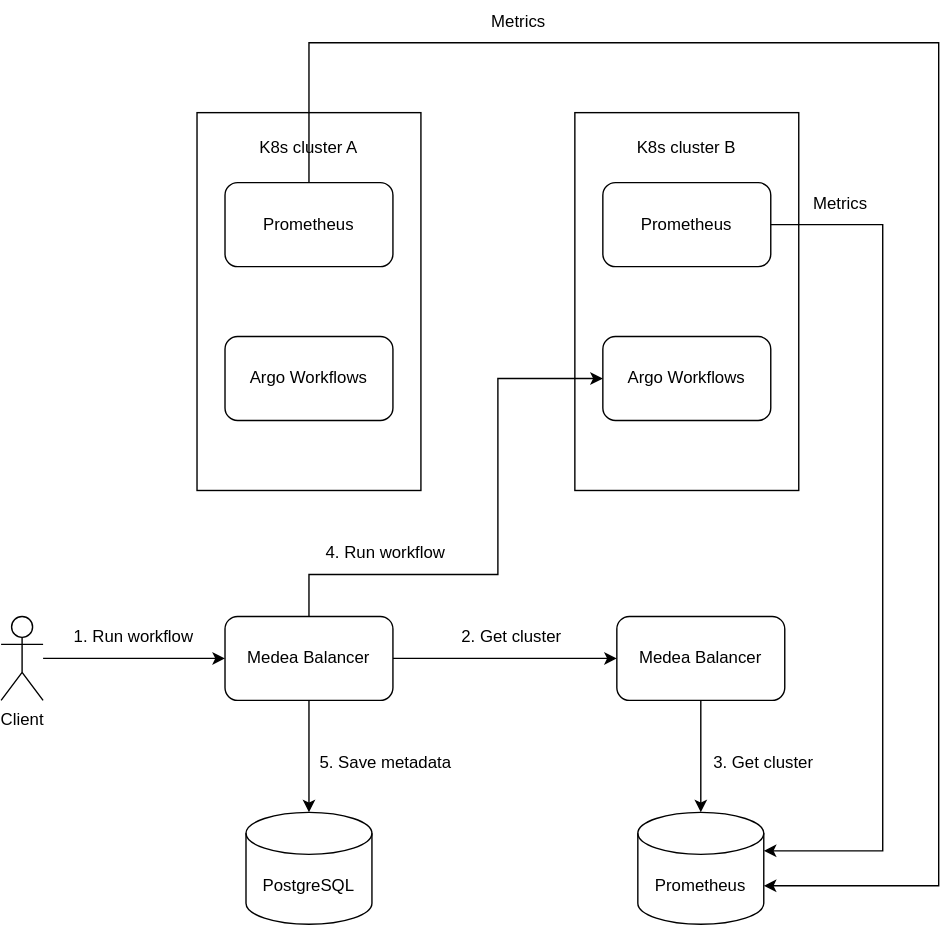
The draw.io diagram docs/diagram.svg in ravencropht/medea, before a commit. Source tidied: cells renumbered, new cells last; positions are measured from the earlier drawing's top-left corner, leaving out a move shared by most shapes.
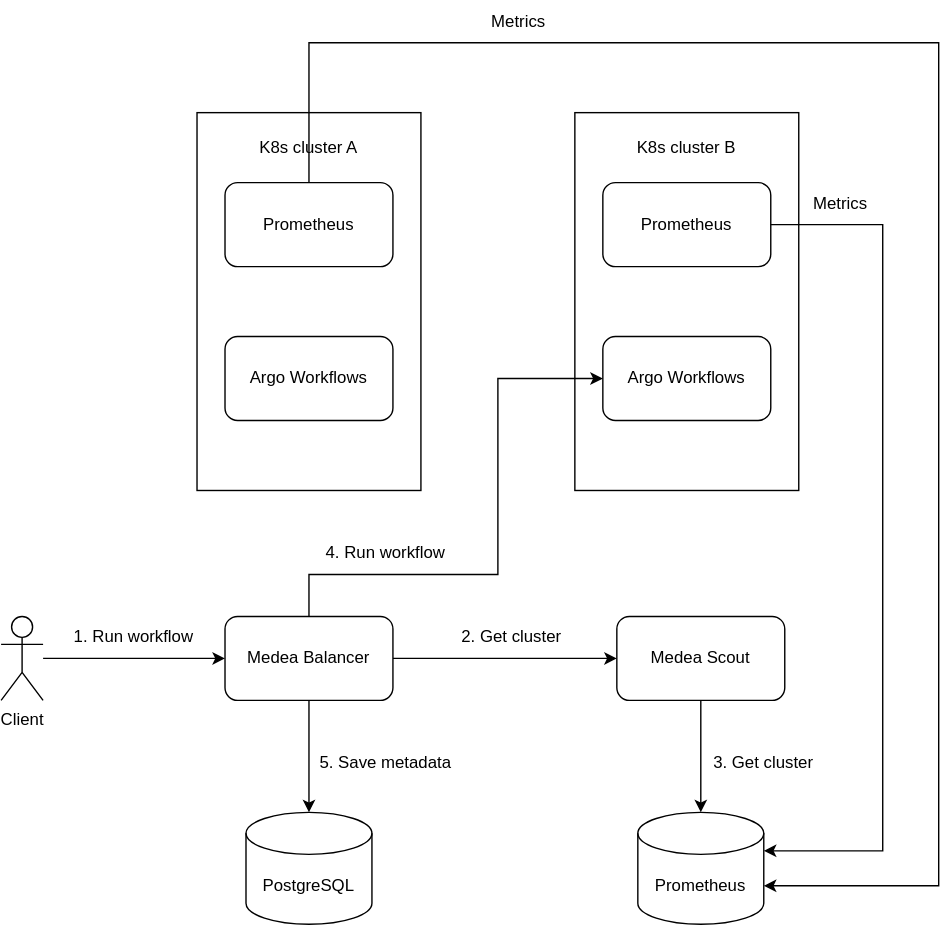
After the commit.

What changed in the source:
```diff
@@ -44,7 +44,7 @@
     <mxCell id="13" value="Medea Balancer" style="rounded=1;whiteSpace=wrap;html=1;" parent="1" vertex="1">
       <mxGeometry x="160" y="440" width="120" height="60" as="geometry" />
     </mxCell>
-    <mxCell id="14" value="Medea Balancer" style="rounded=1;whiteSpace=wrap;html=1;" parent="1" vertex="1">
+    <mxCell id="14" value="Medea Scout" style="rounded=1;whiteSpace=wrap;html=1;" parent="1" vertex="1">
       <mxGeometry x="440" y="440" width="120" height="60" as="geometry" />
     </mxCell>
     <mxCell id="15" value="Prometheus" style="shape=cylinder3;whiteSpace=wrap;html=1;boundedLbl=1;backgroundOutline=1;size=15;" parent="1" vertex="1">
```
